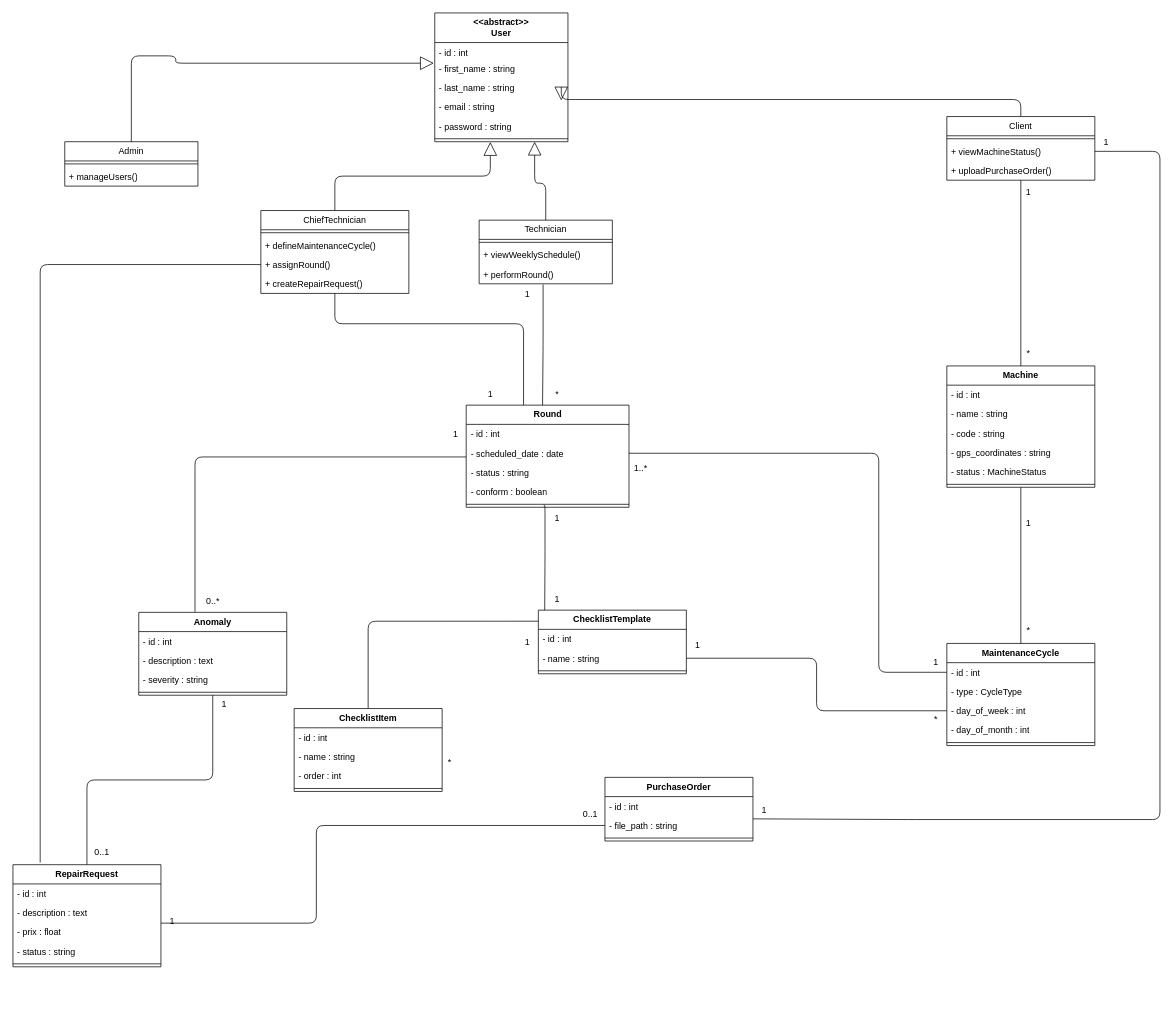
Above: UML/cmms_class_diagram.drawio in reda-guemry/MAINTORA (draw.io), before the change. Source tidied: cells renumbered, new cells numbered last; positions are measured from the earlier drawing's top-left corner, leaving out a move shared by most shapes. Both pictures are drawn from the tidied source at 74%, with x=0, y=0 at pixel (13, 13).
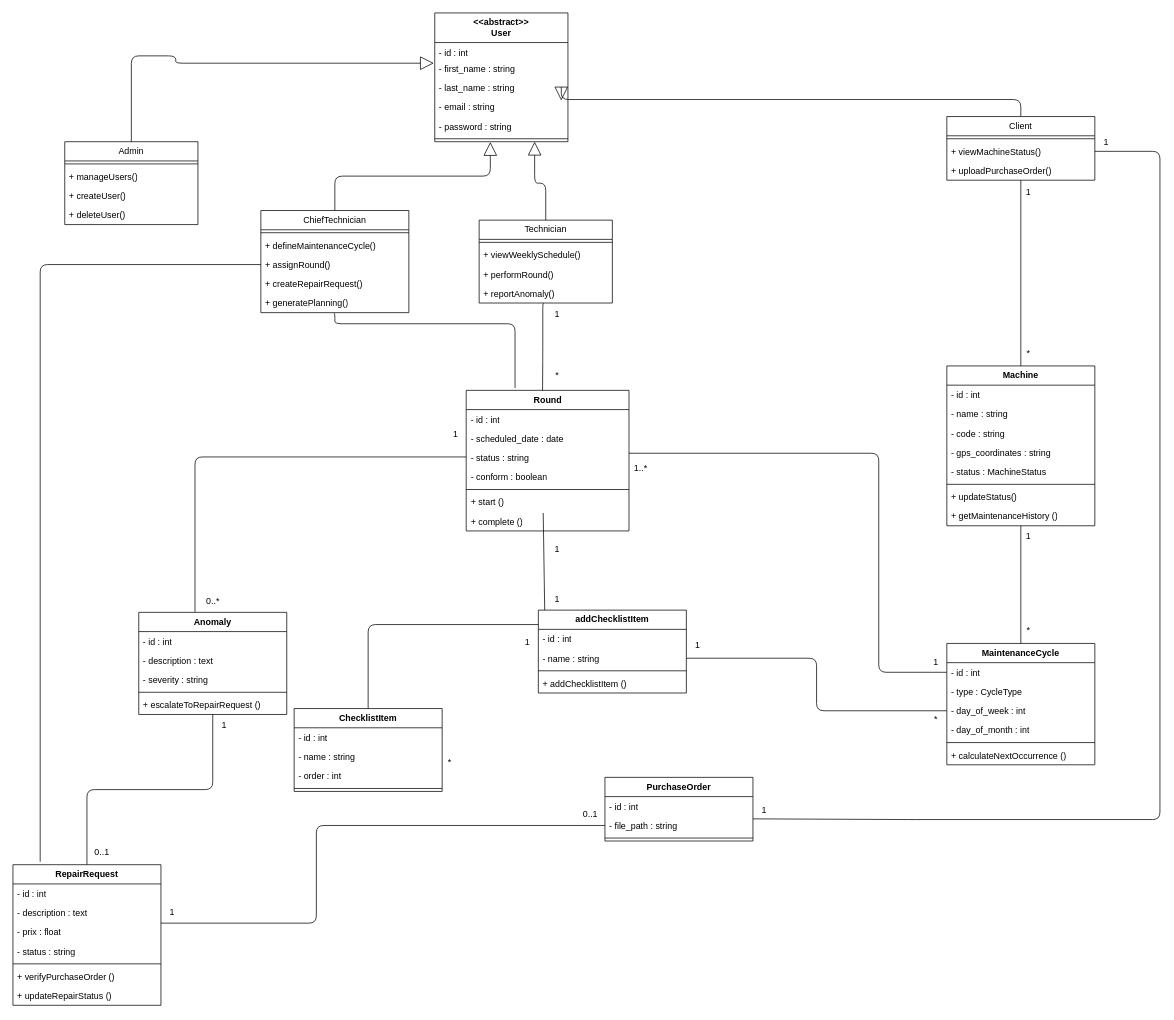
The same diagram, later.

Commit message (it also covers changes not shown here):
modifier diagramme du class

Unchanged cells that the change refers to:
```xml
<mxCell id="16" value="+ createRepairRequest()" style="text;strokeColor=none;fillColor=none;align=left;verticalAlign=top;spacingLeft=4;spacingRight=4;overflow=hidden;points=[[0,0.5],[1,0.5]];portConstraint=eastwest;whiteSpace=wrap;html=1;" parent="12" vertex="1">
  <mxGeometry y="86" width="200" height="26" as="geometry" />
</mxCell>
<mxCell id="20" value="+ performRound()" style="text;strokeColor=none;fillColor=none;align=left;verticalAlign=top;spacingLeft=4;spacingRight=4;overflow=hidden;points=[[0,0.5],[1,0.5]];portConstraint=eastwest;whiteSpace=wrap;html=1;" parent="17" vertex="1">
  <mxGeometry y="60" width="180" height="26" as="geometry" />
</mxCell>
<mxCell id="43" style="line;strokeWidth=1;fillColor=none;align=left;verticalAlign=middle;spacingTop=-1;spacingLeft=3;spacingRight=3;labelPosition=right;points=[];portConstraint=eastwest;strokeColor=inherit;" parent="38" vertex="1">
  <mxGeometry y="130" width="220" height="8" as="geometry" />
</mxCell>
```

Change to the diagram source:
```diff
@@
     <mxCell id="9" value="Admin" style="swimlane;fontStyle=0;horizontal=1;startSize=26;fillColor=#ffffff;strokeColor=#000000;whiteSpace=wrap;html=1;" parent="1" vertex="1">
-      <mxGeometry x="70" y="174" width="180" height="60" as="geometry" />
+      <mxGeometry x="70" y="174" width="180" height="112" as="geometry" />
     </mxCell>
@@
+    <mxCell id="108" value="+ createUser()" style="text;strokeColor=none;fillColor=none;align=left;verticalAlign=top;spacingLeft=4;spacingRight=4;overflow=hidden;whiteSpace=wrap;html=1;" parent="9" vertex="1">
+      <mxGeometry y="60" width="180" height="26" as="geometry" />
+    </mxCell>
+    <mxCell id="109" value="+ deleteUser()" style="text;strokeColor=none;fillColor=none;align=left;verticalAlign=top;spacingLeft=4;spacingRight=4;overflow=hidden;whiteSpace=wrap;html=1;" parent="9" vertex="1">
+      <mxGeometry y="86" width="180" height="26" as="geometry" />
+    </mxCell>
     <mxCell id="12" value="ChiefTechnician" style="swimlane;fontStyle=0;horizontal=1;startSize=26;fillColor=#ffffff;strokeColor=#000000;whiteSpace=wrap;html=1;" parent="1" vertex="1">
-      <mxGeometry x="335" y="267" width="200" height="112" as="geometry" />
+      <mxGeometry x="335" y="267" width="200" height="138" as="geometry" />
     </mxCell>
@@
+    <mxCell id="110" value="+ generatePlanning()" style="text;strokeColor=none;fillColor=none;align=left;verticalAlign=top;spacingLeft=4;spacingRight=4;overflow=hidden;points=[[0,0.5],[1,0.5]];portConstraint=eastwest;whiteSpace=wrap;html=1;" parent="12" vertex="1">
+      <mxGeometry y="112" width="200" height="26" as="geometry" />
+    </mxCell>
     <mxCell id="17" value="Technician" style="swimlane;fontStyle=0;horizontal=1;startSize=26;fillColor=#ffffff;strokeColor=#000000;whiteSpace=wrap;html=1;" parent="1" vertex="1">
-      <mxGeometry x="630" y="280" width="180" height="86" as="geometry" />
+      <mxGeometry x="630" y="280" width="180" height="112" as="geometry" />
     </mxCell>
@@
+    <mxCell id="111" value="+ reportAnomaly()" style="text;strokeColor=none;fillColor=none;align=left;verticalAlign=top;spacingLeft=4;spacingRight=4;overflow=hidden;points=[[0,0.5],[1,0.5]];portConstraint=eastwest;whiteSpace=wrap;html=1;" parent="17" vertex="1">
+      <mxGeometry y="86" width="180" height="26" as="geometry" />
+    </mxCell>
@@
     <mxCell id="25" value="Machine" style="swimlane;fontStyle=1;horizontal=1;startSize=26;fillColor=#ffffff;strokeColor=#000000;whiteSpace=wrap;html=1;" parent="1" vertex="1">
-      <mxGeometry x="1262" y="477" width="200" height="164" as="geometry" />
+      <mxGeometry x="1262" y="477" width="200" height="216" as="geometry" />
     </mxCell>
@@
+    <mxCell id="112" value="+ updateStatus()" style="text;strokeColor=none;fillColor=none;align=left;verticalAlign=top;spacingLeft=4;spacingRight=4;overflow=hidden;whiteSpace=wrap;html=1;" parent="25" vertex="1">
+      <mxGeometry y="164" width="200" height="26" as="geometry" />
+    </mxCell>
+    <mxCell id="113" value="+ getMaintenanceHistory ()" style="text;strokeColor=none;fillColor=none;align=left;verticalAlign=top;spacingLeft=4;spacingRight=4;overflow=hidden;whiteSpace=wrap;html=1;" parent="25" vertex="1">
+      <mxGeometry y="190" width="200" height="26" as="geometry" />
+    </mxCell>
     <mxCell id="32" value="MaintenanceCycle" style="swimlane;fontStyle=1;horizontal=1;startSize=26;fillColor=#ffffff;strokeColor=#000000;whiteSpace=wrap;html=1;" parent="1" vertex="1">
-      <mxGeometry x="1262" y="852" width="200" height="138" as="geometry" />
+      <mxGeometry x="1262" y="852" width="200" height="164" as="geometry" />
     </mxCell>
@@
+    <mxCell id="114" value="+&amp;nbsp;calculateNextOccurrence ()&amp;nbsp;" style="text;strokeColor=none;fillColor=none;align=left;verticalAlign=top;spacingLeft=4;spacingRight=4;overflow=hidden;whiteSpace=wrap;html=1;" parent="32" vertex="1">
+      <mxGeometry y="138" width="200" height="26" as="geometry" />
+    </mxCell>
     <mxCell id="38" value="Round" style="swimlane;fontStyle=1;horizontal=1;startSize=26;fillColor=#ffffff;strokeColor=#000000;whiteSpace=wrap;html=1;" parent="1" vertex="1">
-      <mxGeometry x="612.5" y="530" width="220" height="138" as="geometry" />
+      <mxGeometry x="612.5" y="510" width="220" height="190" as="geometry" />
     </mxCell>
@@
+    <mxCell id="115" value="+&amp;nbsp;start ()" style="text;strokeColor=none;fillColor=none;align=left;verticalAlign=top;spacingLeft=4;spacingRight=4;overflow=hidden;points=[[0,0.5],[1,0.5]];portConstraint=eastwest;whiteSpace=wrap;html=1;" parent="38" vertex="1">
+      <mxGeometry y="138" width="220" height="26" as="geometry" />
+    </mxCell>
+    <mxCell id="116" value="+&amp;nbsp;complete ()" style="text;strokeColor=none;fillColor=none;align=left;verticalAlign=top;spacingLeft=4;spacingRight=4;overflow=hidden;whiteSpace=wrap;html=1;" parent="38" vertex="1">
+      <mxGeometry y="164" width="220" height="26" as="geometry" />
+    </mxCell>
-    <mxCell id="44" value="ChecklistTemplate" style="swimlane;fontStyle=1;horizontal=1;startSize=26;fillColor=#ffffff;strokeColor=#000000;whiteSpace=wrap;html=1;" parent="1" vertex="1">
-      <mxGeometry x="710" y="807" width="200" height="86" as="geometry" />
+    <mxCell id="44" value="addChecklistItem" style="swimlane;fontStyle=1;horizontal=1;startSize=26;fillColor=#ffffff;strokeColor=#000000;whiteSpace=wrap;html=1;" parent="1" vertex="1">
+      <mxGeometry x="710" y="807" width="200" height="112" as="geometry" />
     </mxCell>
@@
+    <mxCell id="117" value="+&amp;nbsp;addChecklistItem ()&amp;nbsp;" style="text;strokeColor=none;fillColor=none;align=left;verticalAlign=top;spacingLeft=4;spacingRight=4;overflow=hidden;whiteSpace=wrap;html=1;" parent="44" vertex="1">
+      <mxGeometry y="86" width="200" height="26" as="geometry" />
+    </mxCell>
@@
     <mxCell id="53" value="Anomaly" style="swimlane;fontStyle=1;horizontal=1;startSize=26;fillColor=#ffffff;strokeColor=#000000;whiteSpace=wrap;html=1;" parent="1" vertex="1">
-      <mxGeometry x="170" y="810" width="200" height="112" as="geometry" />
+      <mxGeometry x="170" y="810" width="200" height="138" as="geometry" />
     </mxCell>
@@
+    <mxCell id="118" value="+&amp;nbsp;escalateToRepairRequest ()" style="text;strokeColor=none;fillColor=none;align=left;verticalAlign=top;spacingLeft=4;spacingRight=4;overflow=hidden;whiteSpace=wrap;html=1;" parent="53" vertex="1">
+      <mxGeometry y="112" width="200" height="26" as="geometry" />
+    </mxCell>
     <mxCell id="58" value="RepairRequest" style="swimlane;fontStyle=1;horizontal=1;startSize=26;fillColor=#ffffff;strokeColor=#000000;whiteSpace=wrap;html=1;" parent="1" vertex="1">
-      <mxGeometry y="1151" width="200" height="138" as="geometry" />
+      <mxGeometry y="1151" width="200" height="190" as="geometry" />
     </mxCell>
@@
+    <mxCell id="119" value="+&amp;nbsp;verifyPurchaseOrder ()&amp;nbsp;" style="text;strokeColor=none;fillColor=none;align=left;verticalAlign=top;spacingLeft=4;spacingRight=4;overflow=hidden;whiteSpace=wrap;html=1;" parent="58" vertex="1">
+      <mxGeometry y="138" width="200" height="26" as="geometry" />
+    </mxCell>
+    <mxCell id="120" value="+&amp;nbsp;updateRepairStatus ()&amp;nbsp;" style="text;strokeColor=none;fillColor=none;align=left;verticalAlign=top;spacingLeft=4;spacingRight=4;overflow=hidden;whiteSpace=wrap;html=1;" parent="58" vertex="1">
+      <mxGeometry y="164" width="200" height="26" as="geometry" />
+    </mxCell>
@@
     <mxCell id="76" value="1" style="text;html=1;align=center;verticalAlign=middle;strokeColor=none;fillColor=none;" parent="1" vertex="1">
-      <mxGeometry x="1357" y="675" width="30" height="30" as="geometry" />
+      <mxGeometry x="1357" y="693" width="30" height="30" as="geometry" />
     </mxCell>
@@
-    <mxCell id="78" style="endArrow=none;html=1;entryX=0.469;entryY=0.001;entryDx=0;entryDy=0;exitX=0.48;exitY=1.038;exitDx=0;exitDy=0;exitPerimeter=0;edgeStyle=orthogonalEdgeStyle;entryPerimeter=0;" parent="1" edge="1" source="20" target="38">
-      <mxGeometry relative="1" as="geometry" />
+    <mxCell id="78" style="endArrow=none;html=1;entryX=0.469;entryY=0.001;entryDx=0;entryDy=0;edgeStyle=orthogonalEdgeStyle;entryPerimeter=0;exitX=0.485;exitY=1.028;exitDx=0;exitDy=0;exitPerimeter=0;" parent="1" edge="1" source="111" target="38">
+      <mxGeometry relative="1" as="geometry">
+        <Array as="points">
+          <mxPoint x="716" y="393" />
+          <mxPoint x="716" y="461" />
+        </Array>
+      </mxGeometry>
     </mxCell>
     <mxCell id="79" value="1" style="text;html=1;align=center;verticalAlign=middle;strokeColor=none;fillColor=none;" parent="1" vertex="1">
-      <mxGeometry x="680" y="366" width="30" height="30" as="geometry" />
+      <mxGeometry x="720" y="392" width="30" height="30" as="geometry" />
     </mxCell>
     <mxCell id="80" value="*" style="text;html=1;align=center;verticalAlign=middle;strokeColor=none;fillColor=none;" parent="1" vertex="1">
-      <mxGeometry x="720" y="500" width="30" height="30" as="geometry" />
+      <mxGeometry x="720" y="475" width="30" height="30" as="geometry" />
     </mxCell>
@@
-    <mxCell id="88" value="1" style="text;html=1;align=center;verticalAlign=middle;strokeColor=none;fillColor=none;" parent="1" vertex="1">
-      <mxGeometry x="630" y="500" width="30" height="30" as="geometry" />
-    </mxCell>
@@
     <mxCell id="91" value="1" style="text;html=1;align=center;verticalAlign=middle;strokeColor=none;fillColor=none;" parent="1" vertex="1">
-      <mxGeometry x="270" y="920" width="30" height="30" as="geometry" />
+      <mxGeometry x="270" y="948" width="30" height="30" as="geometry" />
     </mxCell>
@@
     <mxCell id="94" value="1" style="text;html=1;align=center;verticalAlign=middle;strokeColor=none;fillColor=none;" parent="1" vertex="1">
-      <mxGeometry x="200" y="1212" width="30" height="30" as="geometry" />
+      <mxGeometry x="200" y="1200" width="30" height="30" as="geometry" />
     </mxCell>
@@
-    <mxCell id="102" style="endArrow=none;html=1;edgeStyle=orthogonalEdgeStyle;" parent="1" edge="1" source="16">
+    <mxCell id="102" style="endArrow=none;html=1;edgeStyle=orthogonalEdgeStyle;exitX=0.494;exitY=1.045;exitDx=0;exitDy=0;exitPerimeter=0;entryX=0.3;entryY=-0.017;entryDx=0;entryDy=0;entryPerimeter=0;" parent="1" edge="1" source="110" target="38">
       <mxGeometry relative="1" as="geometry">
-        <mxPoint x="690" y="530" as="targetPoint" />
         <Array as="points">
+          <mxPoint x="435" y="406" />
           <mxPoint x="435" y="420" />
-          <mxPoint x="690" y="420" />
+          <mxPoint x="679" y="420" />
+          <mxPoint x="679" y="507" />
         </Array>
       </mxGeometry>
     </mxCell>
-    <mxCell id="103" style="endArrow=none;html=1;entryX=0.043;entryY=0;entryDx=0;entryDy=0;exitX=0.476;exitY=0.633;exitDx=0;exitDy=0;exitPerimeter=0;entryPerimeter=0;edgeStyle=orthogonalEdgeStyle;" parent="1" edge="1" source="43" target="44">
-      <mxGeometry relative="1" as="geometry">
-        <Array as="points">
-          <mxPoint x="719" y="665" />
-          <mxPoint x="719" y="738" />
-          <mxPoint x="719" y="738" />
-        </Array>
-      </mxGeometry>
+    <mxCell id="103" style="endArrow=none;html=1;entryX=0.043;entryY=0;entryDx=0;entryDy=0;exitX=0.473;exitY=1.066;exitDx=0;exitDy=0;exitPerimeter=0;entryPerimeter=0;" parent="1" edge="1" source="115" target="44">
+      <mxGeometry relative="1" as="geometry" />
     </mxCell>
     <mxCell id="104" value="1" style="text;html=1;align=center;verticalAlign=middle;strokeColor=none;fillColor=none;" parent="1" vertex="1">
-      <mxGeometry x="720" y="668" width="30" height="30" as="geometry" />
+      <mxGeometry x="720" y="710" width="30" height="30" as="geometry" />
     </mxCell>
```
